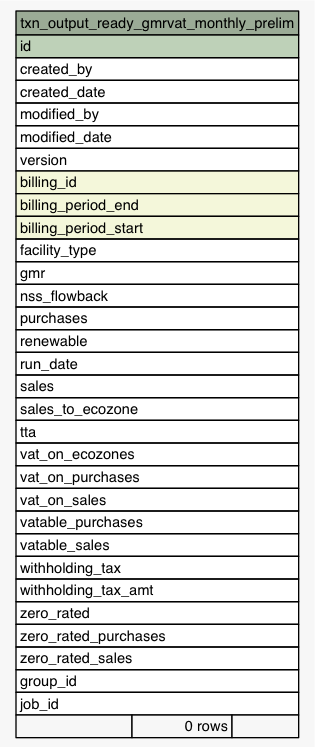
Earlier version of the Graphviz export Data/settlement/diagrams/summary/txn_output_ready_gmrvat_monthly_prelim.1degree.png (eyana-m/python-data-dictionary-writer). Its source is kept beside it as Data/settlement/diagrams/summary/txn_output_ready_gmrvat_monthly_prelim.1degree.dot. Source of this version:
```dot
digraph "txn_output_ready_gmrvat_monthly_prelim" {
  graph [
    rankdir="RL"
    bgcolor="#f7f7f7"
    nodesep="0.18"
    ranksep="0.46"
    fontname="Helvetica"
    fontsize="11"
  ];
  node [
    fontname="Helvetica"
    fontsize="11"
    shape="plaintext"
  ];
  edge [
    arrowsize="0.8"
  ];
  "txn_output_ready_gmrvat_monthly_prelim" [
    label=<
    <TABLE BORDER="0" CELLBORDER="1" CELLSPACING="0" BGCOLOR="#ffffff">
      <TR><TD COLSPAN="3" BGCOLOR="#9bab96" ALIGN="CENTER">txn_output_ready_gmrvat_monthly_prelim</TD></TR>
      <TR><TD PORT="id" COLSPAN="3" BGCOLOR="#bed1b8" ALIGN="LEFT">id</TD></TR>
      <TR><TD PORT="created_by" COLSPAN="3" ALIGN="LEFT">created_by</TD></TR>
      <TR><TD PORT="created_date" COLSPAN="3" ALIGN="LEFT">created_date</TD></TR>
      <TR><TD PORT="modified_by" COLSPAN="3" ALIGN="LEFT">modified_by</TD></TR>
      <TR><TD PORT="modified_date" COLSPAN="3" ALIGN="LEFT">modified_date</TD></TR>
      <TR><TD PORT="version" COLSPAN="3" ALIGN="LEFT">version</TD></TR>
      <TR><TD PORT="billing_id" COLSPAN="3" BGCOLOR="#f4f7da" ALIGN="LEFT">billing_id</TD></TR>
      <TR><TD PORT="billing_period_end" COLSPAN="3" BGCOLOR="#f4f7da" ALIGN="LEFT">billing_period_end</TD></TR>
      <TR><TD PORT="billing_period_start" COLSPAN="3" BGCOLOR="#f4f7da" ALIGN="LEFT">billing_period_start</TD></TR>
      <TR><TD PORT="facility_type" COLSPAN="3" ALIGN="LEFT">facility_type</TD></TR>
      <TR><TD PORT="gmr" COLSPAN="3" ALIGN="LEFT">gmr</TD></TR>
      <TR><TD PORT="nss_flowback" COLSPAN="3" ALIGN="LEFT">nss_flowback</TD></TR>
      <TR><TD PORT="purchases" COLSPAN="3" ALIGN="LEFT">purchases</TD></TR>
      <TR><TD PORT="renewable" COLSPAN="3" ALIGN="LEFT">renewable</TD></TR>
      <TR><TD PORT="run_date" COLSPAN="3" ALIGN="LEFT">run_date</TD></TR>
      <TR><TD PORT="sales" COLSPAN="3" ALIGN="LEFT">sales</TD></TR>
      <TR><TD PORT="sales_to_ecozone" COLSPAN="3" ALIGN="LEFT">sales_to_ecozone</TD></TR>
      <TR><TD PORT="tta" COLSPAN="3" ALIGN="LEFT">tta</TD></TR>
      <TR><TD PORT="vat_on_ecozones" COLSPAN="3" ALIGN="LEFT">vat_on_ecozones</TD></TR>
      <TR><TD PORT="vat_on_purchases" COLSPAN="3" ALIGN="LEFT">vat_on_purchases</TD></TR>
      <TR><TD PORT="vat_on_sales" COLSPAN="3" ALIGN="LEFT">vat_on_sales</TD></TR>
      <TR><TD PORT="vatable_purchases" COLSPAN="3" ALIGN="LEFT">vatable_purchases</TD></TR>
      <TR><TD PORT="vatable_sales" COLSPAN="3" ALIGN="LEFT">vatable_sales</TD></TR>
      <TR><TD PORT="withholding_tax" COLSPAN="3" ALIGN="LEFT">withholding_tax</TD></TR>
      <TR><TD PORT="withholding_tax_amt" COLSPAN="3" ALIGN="LEFT">withholding_tax_amt</TD></TR>
      <TR><TD PORT="zero_rated" COLSPAN="3" ALIGN="LEFT">zero_rated</TD></TR>
      <TR><TD PORT="zero_rated_purchases" COLSPAN="3" ALIGN="LEFT">zero_rated_purchases</TD></TR>
      <TR><TD PORT="zero_rated_sales" COLSPAN="3" ALIGN="LEFT">zero_rated_sales</TD></TR>
      <TR><TD PORT="group_id" COLSPAN="3" ALIGN="LEFT">group_id</TD></TR>
      <TR><TD PORT="job_id" COLSPAN="3" ALIGN="LEFT">job_id</TD></TR>
      <TR><TD ALIGN="LEFT" BGCOLOR="#f7f7f7">  </TD><TD ALIGN="RIGHT" BGCOLOR="#f7f7f7">0 rows</TD><TD ALIGN="RIGHT" BGCOLOR="#f7f7f7">  </TD></TR>
    </TABLE>>
    URL="tables/txn_output_ready_gmrvat_monthly_prelim.html"
    tooltip="txn_output_ready_gmrvat_monthly_prelim"
  ];
}
```
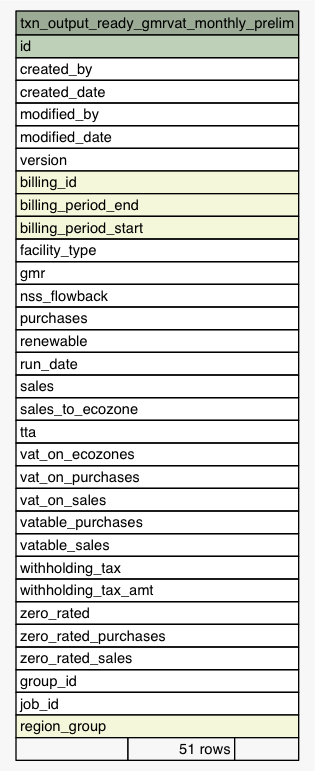
After the commit.

Change to the diagram source:
```diff
@@ -49,7 +49,8 @@
       <TR><TD PORT="zero_rated_sales" COLSPAN="3" ALIGN="LEFT">zero_rated_sales</TD></TR>
       <TR><TD PORT="group_id" COLSPAN="3" ALIGN="LEFT">group_id</TD></TR>
       <TR><TD PORT="job_id" COLSPAN="3" ALIGN="LEFT">job_id</TD></TR>
-      <TR><TD ALIGN="LEFT" BGCOLOR="#f7f7f7">  </TD><TD ALIGN="RIGHT" BGCOLOR="#f7f7f7">0 rows</TD><TD ALIGN="RIGHT" BGCOLOR="#f7f7f7">  </TD></TR>
+      <TR><TD PORT="region_group" COLSPAN="3" BGCOLOR="#f4f7da" ALIGN="LEFT">region_group</TD></TR>
+      <TR><TD ALIGN="LEFT" BGCOLOR="#f7f7f7">  </TD><TD ALIGN="RIGHT" BGCOLOR="#f7f7f7">51 rows</TD><TD ALIGN="RIGHT" BGCOLOR="#f7f7f7">  </TD></TR>
     </TABLE>>
     URL="tables/txn_output_ready_gmrvat_monthly_prelim.html"
     tooltip="txn_output_ready_gmrvat_monthly_prelim"
```
